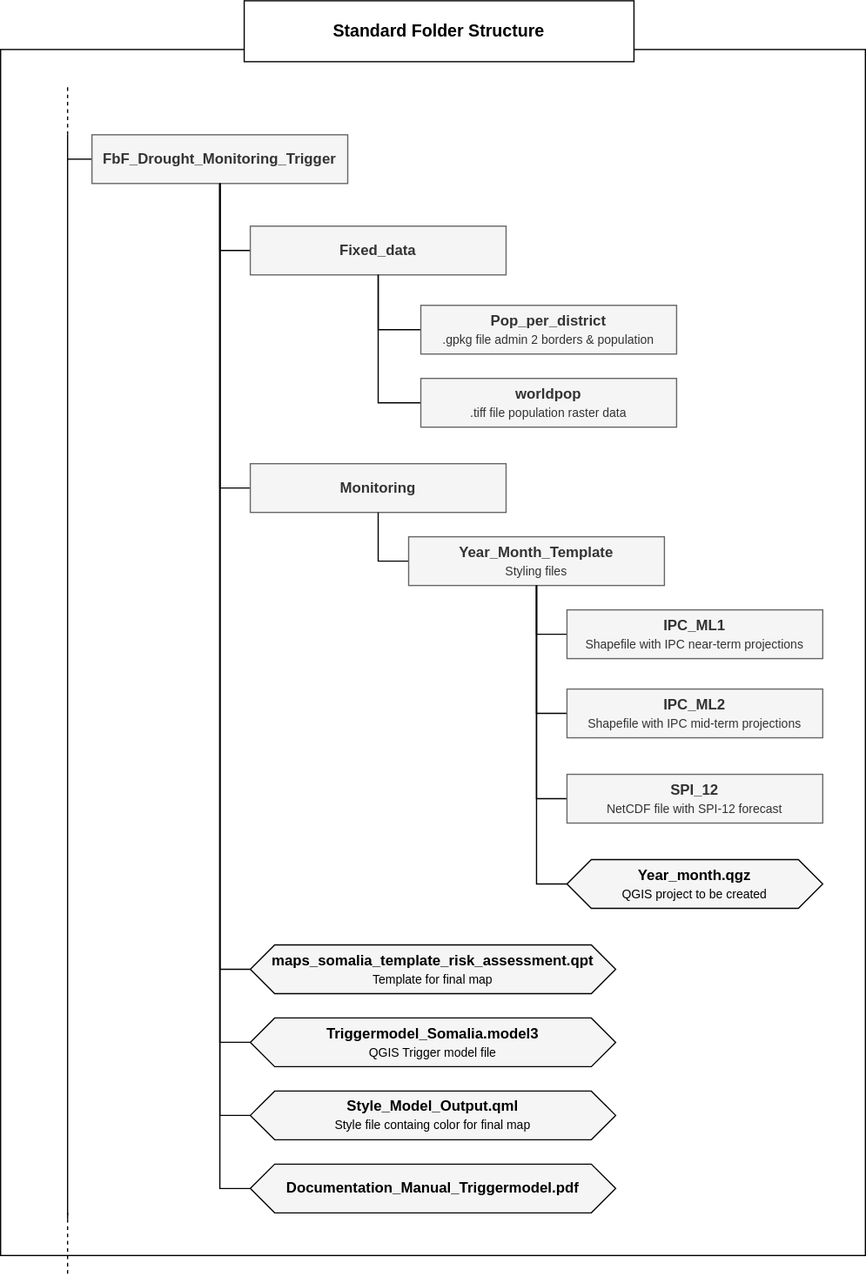
Before: fig/Folder_structure_FbF_Drought_Monitoring_Trigger.drawio.svg, a diagram exported from draw.io (GIScience/gis-training-resource-center). Source tidied: cells renumbered, new cells last; positions are measured from the earlier drawing's top-left corner, leaving out a move shared by most shapes. Its diagram source:
```xml
<mxGraphModel>
  <root>
    <mxCell id="0" />
    <mxCell id="1" parent="0" />
    <mxCell id="2" style="rounded=0;whiteSpace=wrap;html=1;" parent="1" vertex="1">
      <mxGeometry y="40" width="710" height="990" as="geometry" />
    </mxCell>
    <mxCell id="3" style="endArrow=none;html=1;rounded=0;" parent="1" edge="1">
      <mxGeometry relative="1" as="geometry">
        <mxPoint x="55" y="1000" as="sourcePoint" />
        <mxPoint x="55" y="110" as="targetPoint" />
      </mxGeometry>
    </mxCell>
    <mxCell id="4" style="endArrow=none;dashed=1;html=1;rounded=0;" parent="1" edge="1">
      <mxGeometry relative="1" as="geometry">
        <mxPoint x="55" y="110" as="sourcePoint" />
        <mxPoint x="55" y="70" as="targetPoint" />
      </mxGeometry>
    </mxCell>
    <mxCell id="5" style="edgeStyle=orthogonalEdgeStyle;rounded=0;jettySize=auto;html=1;endArrow=none;endFill=0;" parent="1" edge="1" source="6">
      <mxGeometry relative="1" as="geometry">
        <mxPoint x="55" y="130" as="targetPoint" />
      </mxGeometry>
    </mxCell>
    <mxCell id="6" value="&lt;b&gt;FbF_Drought_Monitoring_Trigger&lt;/b&gt;" style="rounded=0;whiteSpace=wrap;html=1;fillColor=#f5f5f5;fontColor=#333333;strokeColor=#666666;fontStyle=0;" parent="1" vertex="1">
      <mxGeometry x="75" y="110" width="210" height="40" as="geometry" />
    </mxCell>
    <mxCell id="7" style="edgeStyle=orthogonalEdgeStyle;rounded=0;jettySize=auto;html=1;entryX=0.5;entryY=1;entryDx=0;entryDy=0;exitX=0;exitY=0.5;exitDx=0;exitDy=0;endArrow=none;endFill=0;" parent="1" edge="1" source="8" target="6">
      <mxGeometry relative="1" as="geometry" />
    </mxCell>
    <mxCell id="8" value="&lt;font style=&quot;&quot;&gt;&lt;b&gt;Fixed_data&lt;/b&gt;&lt;br&gt;&lt;/font&gt;" style="rounded=0;whiteSpace=wrap;html=1;fillColor=#f5f5f5;fontColor=#333333;strokeColor=#666666;fontStyle=0;" parent="1" vertex="1">
      <mxGeometry x="205" y="185" width="210" height="40" as="geometry" />
    </mxCell>
    <mxCell id="9" style="edgeStyle=orthogonalEdgeStyle;rounded=0;jettySize=auto;html=1;entryX=0.5;entryY=1;entryDx=0;entryDy=0;exitX=0;exitY=0.5;exitDx=0;exitDy=0;endArrow=none;endFill=0;" parent="1" edge="1" source="10" target="6">
      <mxGeometry relative="1" as="geometry" />
    </mxCell>
    <mxCell id="10" value="&lt;font style=&quot;&quot;&gt;&lt;font style=&quot;&quot;&gt;&lt;b&gt;Monitoring&lt;/b&gt;&lt;/font&gt;&lt;br&gt;&lt;/font&gt;" style="rounded=0;whiteSpace=wrap;html=1;fillColor=#f5f5f5;fontColor=#333333;strokeColor=#666666;fontStyle=0;" parent="1" vertex="1">
      <mxGeometry x="205" y="380" width="210" height="40" as="geometry" />
    </mxCell>
    <mxCell id="11" style="edgeStyle=orthogonalEdgeStyle;rounded=0;jettySize=auto;html=1;entryX=0.5;entryY=1;entryDx=0;entryDy=0;exitX=0;exitY=0.5;exitDx=0;exitDy=0;endArrow=none;endFill=0;" parent="1" edge="1" source="12" target="10">
      <mxGeometry relative="1" as="geometry" />
    </mxCell>
    <mxCell id="12" value="&lt;font style=&quot;&quot;&gt;&lt;font style=&quot;&quot;&gt;&lt;b&gt;Year_Month_Template&lt;br&gt;&lt;/b&gt;&lt;/font&gt;&lt;span style=&quot;font-size: 10px;&quot;&gt;Styling files&lt;/span&gt;&lt;br&gt;&lt;/font&gt;" style="rounded=0;whiteSpace=wrap;html=1;fillColor=#f5f5f5;fontColor=#333333;strokeColor=#666666;fontStyle=0;" parent="1" vertex="1">
      <mxGeometry x="335" y="440" width="210" height="40" as="geometry" />
    </mxCell>
    <mxCell id="13" value="&lt;p class=&quot;MsoNormal&quot;&gt;&lt;font size=&quot;1&quot; style=&quot;&quot;&gt;&lt;b style=&quot;font-size: 14px;&quot;&gt;Standard Folder Structure&lt;/b&gt;&lt;/font&gt;&lt;/p&gt;" style="rounded=0;whiteSpace=wrap;html=1;" parent="1" vertex="1">
      <mxGeometry x="200" width="320" height="50" as="geometry" />
    </mxCell>
    <mxCell id="14" style="endArrow=none;dashed=1;html=1;rounded=0;" parent="1" edge="1">
      <mxGeometry relative="1" as="geometry">
        <mxPoint x="55" y="1045" as="sourcePoint" />
        <mxPoint x="55" y="995" as="targetPoint" />
      </mxGeometry>
    </mxCell>
    <mxCell id="15" style="edgeStyle=orthogonalEdgeStyle;rounded=0;jettySize=auto;html=1;entryX=0.5;entryY=1;entryDx=0;entryDy=0;exitX=0;exitY=0.5;exitDx=0;exitDy=0;endArrow=none;endFill=0;" parent="1" edge="1" source="16" target="6">
      <mxGeometry relative="1" as="geometry" />
    </mxCell>
    <mxCell id="16" value="maps_somalia_template_risk_assessment.qpt&lt;br style=&quot;font-size: 11px;&quot;&gt;&lt;font size=&quot;1&quot;&gt;&lt;span style=&quot;font-weight: 400;&quot;&gt;Template for final map&lt;/span&gt;&lt;/font&gt;" style="shape=hexagon;perimeter=hexagonPerimeter2;whiteSpace=wrap;html=1;fixedSize=1;fillColor=#F5F5F5;fontStyle=1;" parent="1" vertex="1">
      <mxGeometry x="205" y="775" width="300" height="40" as="geometry" />
    </mxCell>
    <mxCell id="17" style="edgeStyle=orthogonalEdgeStyle;rounded=0;jettySize=auto;html=1;entryX=0.5;entryY=1;entryDx=0;entryDy=0;exitX=0;exitY=0.5;exitDx=0;exitDy=0;endArrow=none;endFill=0;" parent="1" edge="1" source="18" target="6">
      <mxGeometry relative="1" as="geometry" />
    </mxCell>
    <mxCell id="18" value="Triggermodel_Somalia.model3&lt;br style=&quot;font-size: 11px;&quot;&gt;&lt;font size=&quot;1&quot;&gt;&lt;span style=&quot;font-weight: 400;&quot;&gt;QGIS Trigger model file&lt;/span&gt;&lt;/font&gt;" style="shape=hexagon;perimeter=hexagonPerimeter2;whiteSpace=wrap;html=1;fixedSize=1;fillColor=#F5F5F5;fontStyle=1;" parent="1" vertex="1">
      <mxGeometry x="205" y="835" width="300" height="40" as="geometry" />
    </mxCell>
    <mxCell id="19" style="edgeStyle=orthogonalEdgeStyle;rounded=0;jettySize=auto;html=1;entryX=0.5;entryY=1;entryDx=0;entryDy=0;exitX=0;exitY=0.5;exitDx=0;exitDy=0;endArrow=none;endFill=0;" parent="1" edge="1" source="20" target="6">
      <mxGeometry relative="1" as="geometry" />
    </mxCell>
    <mxCell id="20" value="Style_Model_Output.qml&lt;br style=&quot;font-size: 11px;&quot;&gt;&lt;font size=&quot;1&quot;&gt;&lt;span style=&quot;font-weight: normal;&quot;&gt;Style file containg color for final map&lt;/span&gt;&lt;/font&gt;" style="shape=hexagon;perimeter=hexagonPerimeter2;whiteSpace=wrap;html=1;fixedSize=1;fillColor=#F5F5F5;fontStyle=1;" parent="1" vertex="1">
      <mxGeometry x="205" y="895" width="300" height="40" as="geometry" />
    </mxCell>
    <mxCell id="21" style="edgeStyle=orthogonalEdgeStyle;rounded=0;jettySize=auto;html=1;entryX=0.5;entryY=1;entryDx=0;entryDy=0;exitX=0;exitY=0.5;exitDx=0;exitDy=0;endArrow=none;endFill=0;" parent="1" edge="1" source="22" target="6">
      <mxGeometry relative="1" as="geometry" />
    </mxCell>
    <mxCell id="22" value="&lt;p class=&quot;MsoNormal&quot;&gt;Documentation_Manual_Triggermodel.pdf&lt;/p&gt;" style="shape=hexagon;perimeter=hexagonPerimeter2;whiteSpace=wrap;html=1;fixedSize=1;fillColor=#F5F5F5;fontStyle=1;" parent="1" vertex="1">
      <mxGeometry x="205" y="955" width="300" height="40" as="geometry" />
    </mxCell>
    <mxCell id="23" style="edgeStyle=orthogonalEdgeStyle;rounded=0;jettySize=auto;html=1;entryX=0.5;entryY=1;entryDx=0;entryDy=0;exitX=0;exitY=0.5;exitDx=0;exitDy=0;endArrow=none;endFill=0;" parent="1" edge="1" source="24" target="12">
      <mxGeometry relative="1" as="geometry" />
    </mxCell>
    <mxCell id="24" value="&lt;font style=&quot;&quot;&gt;&lt;font style=&quot;&quot;&gt;&lt;b&gt;IPC_ML1&lt;br&gt;&lt;/b&gt;&lt;/font&gt;&lt;span style=&quot;font-size: 10px;&quot;&gt;Shapefile with IPC near-term projections&lt;/span&gt;&lt;br&gt;&lt;/font&gt;" style="rounded=0;whiteSpace=wrap;html=1;fillColor=#f5f5f5;fontColor=#333333;strokeColor=#666666;fontStyle=0;" parent="1" vertex="1">
      <mxGeometry x="465" y="500" width="210" height="40" as="geometry" />
    </mxCell>
    <mxCell id="25" style="edgeStyle=orthogonalEdgeStyle;rounded=0;jettySize=auto;html=1;entryX=0.5;entryY=1;entryDx=0;entryDy=0;exitX=0;exitY=0.5;exitDx=0;exitDy=0;endArrow=none;endFill=0;" parent="1" edge="1" source="26" target="12">
      <mxGeometry relative="1" as="geometry" />
    </mxCell>
    <mxCell id="26" value="&lt;font style=&quot;&quot;&gt;&lt;font style=&quot;&quot;&gt;&lt;b&gt;IPC_ML2&lt;br&gt;&lt;/b&gt;&lt;/font&gt;&lt;span style=&quot;font-size: 7.5pt; line-height: 107%; font-family: Helvetica, sans-serif; background-image: initial; background-position: initial; background-size: initial; background-repeat: initial; background-attachment: initial; background-origin: initial; background-clip: initial;&quot;&gt;Shapefile with IPC mid-term projections&lt;/span&gt;&lt;br&gt;&lt;/font&gt;" style="rounded=0;whiteSpace=wrap;html=1;fillColor=#f5f5f5;fontColor=#333333;strokeColor=#666666;fontStyle=0;" parent="1" vertex="1">
      <mxGeometry x="465" y="565" width="210" height="40" as="geometry" />
    </mxCell>
    <mxCell id="27" style="edgeStyle=orthogonalEdgeStyle;rounded=0;jettySize=auto;html=1;entryX=0.5;entryY=1;entryDx=0;entryDy=0;exitX=0;exitY=0.5;exitDx=0;exitDy=0;endArrow=none;endFill=0;" parent="1" edge="1" source="28" target="12">
      <mxGeometry relative="1" as="geometry" />
    </mxCell>
    <mxCell id="28" value="&lt;font style=&quot;&quot;&gt;&lt;font style=&quot;&quot;&gt;&lt;b&gt;SPI_12&lt;br&gt;&lt;/b&gt;&lt;/font&gt;&lt;span style=&quot;font-size: 10px;&quot;&gt;NetCDF file with SPI-12 forecast&lt;/span&gt;&lt;br&gt;&lt;/font&gt;" style="rounded=0;whiteSpace=wrap;html=1;fillColor=#f5f5f5;fontColor=#333333;strokeColor=#666666;fontStyle=0;" parent="1" vertex="1">
      <mxGeometry x="465" y="635" width="210" height="40" as="geometry" />
    </mxCell>
    <mxCell id="29" style="edgeStyle=orthogonalEdgeStyle;rounded=0;jettySize=auto;html=1;exitX=0;exitY=0.5;exitDx=0;exitDy=0;endArrow=none;endFill=0;" parent="1" edge="1" source="30" target="12">
      <mxGeometry relative="1" as="geometry" />
    </mxCell>
    <mxCell id="30" value="Year_month.qgz&lt;br style=&quot;font-size: 11px;&quot;&gt;&lt;font size=&quot;1&quot;&gt;&lt;span style=&quot;font-weight: 400;&quot;&gt;QGIS project to be created&lt;/span&gt;&lt;/font&gt;" style="shape=hexagon;perimeter=hexagonPerimeter2;whiteSpace=wrap;html=1;fixedSize=1;fillColor=#F5F5F5;fontStyle=1;" parent="1" vertex="1">
      <mxGeometry x="465" y="705" width="210" height="40" as="geometry" />
    </mxCell>
    <mxCell id="31" style="edgeStyle=orthogonalEdgeStyle;rounded=0;jettySize=auto;html=1;entryX=0.5;entryY=1;entryDx=0;entryDy=0;exitX=0;exitY=0.5;exitDx=0;exitDy=0;endArrow=none;endFill=0;" parent="1" edge="1" source="32" target="8">
      <mxGeometry relative="1" as="geometry" />
    </mxCell>
    <mxCell id="32" value="&lt;font style=&quot;&quot;&gt;&lt;b&gt;Pop_per_district&lt;br&gt;&lt;/b&gt;&lt;span style=&quot;font-size: 10px;&quot;&gt;.gpkg file admin 2 borders &amp;amp; population&lt;/span&gt;&lt;br&gt;&lt;/font&gt;" style="rounded=0;whiteSpace=wrap;html=1;fillColor=#f5f5f5;fontColor=#333333;strokeColor=#666666;fontStyle=0;" parent="1" vertex="1">
      <mxGeometry x="345" y="250" width="210" height="40" as="geometry" />
    </mxCell>
    <mxCell id="33" style="edgeStyle=orthogonalEdgeStyle;rounded=0;jettySize=auto;html=1;entryX=0.5;entryY=1;entryDx=0;entryDy=0;exitX=0;exitY=0.5;exitDx=0;exitDy=0;endArrow=none;endFill=0;" parent="1" edge="1" source="34" target="8">
      <mxGeometry relative="1" as="geometry" />
    </mxCell>
    <mxCell id="34" value="&lt;font style=&quot;&quot;&gt;&lt;b&gt;worldpop&lt;br&gt;&lt;/b&gt;&lt;span style=&quot;font-size: 10px;&quot;&gt;.tiff file population raster data&lt;/span&gt;&lt;br&gt;&lt;/font&gt;" style="rounded=0;whiteSpace=wrap;html=1;fillColor=#f5f5f5;fontColor=#333333;strokeColor=#666666;fontStyle=0;" parent="1" vertex="1">
      <mxGeometry x="345" y="310" width="210" height="40" as="geometry" />
    </mxCell>
  </root>
</mxGraphModel>
```
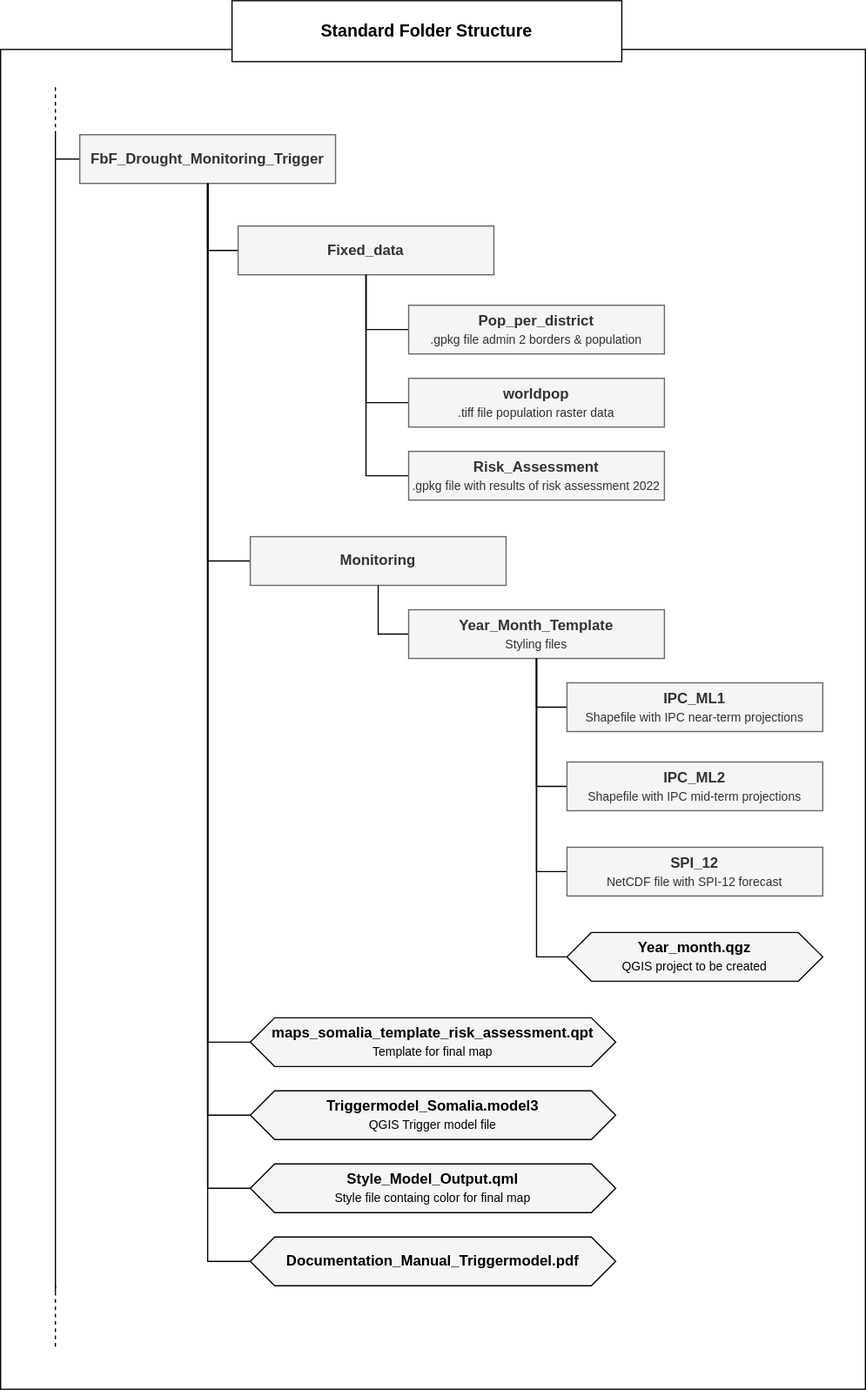
After the change.

Change to the diagram source:
```diff
@@ -3,33 +3,33 @@
     <mxCell id="0" />
     <mxCell id="1" parent="0" />
     <mxCell id="2" style="rounded=0;whiteSpace=wrap;html=1;" parent="1" vertex="1">
-      <mxGeometry y="40" width="710" height="990" as="geometry" />
+      <mxGeometry y="-20" width="710" height="1100" as="geometry" />
     </mxCell>
     <mxCell id="3" style="endArrow=none;html=1;rounded=0;" parent="1" edge="1">
       <mxGeometry relative="1" as="geometry">
-        <mxPoint x="55" y="1000" as="sourcePoint" />
-        <mxPoint x="55" y="110" as="targetPoint" />
+        <mxPoint x="45" y="1000" as="sourcePoint" />
+        <mxPoint x="45" y="50" as="targetPoint" />
       </mxGeometry>
     </mxCell>
     <mxCell id="4" style="endArrow=none;dashed=1;html=1;rounded=0;" parent="1" edge="1">
       <mxGeometry relative="1" as="geometry">
-        <mxPoint x="55" y="110" as="sourcePoint" />
-        <mxPoint x="55" y="70" as="targetPoint" />
+        <mxPoint x="45" y="50" as="sourcePoint" />
+        <mxPoint x="45" y="10" as="targetPoint" />
       </mxGeometry>
     </mxCell>
     <mxCell id="5" style="edgeStyle=orthogonalEdgeStyle;rounded=0;jettySize=auto;html=1;endArrow=none;endFill=0;" parent="1" edge="1" source="6">
       <mxGeometry relative="1" as="geometry">
-        <mxPoint x="55" y="130" as="targetPoint" />
+        <mxPoint x="45" y="70" as="targetPoint" />
       </mxGeometry>
     </mxCell>
     <mxCell id="6" value="&lt;b&gt;FbF_Drought_Monitoring_Trigger&lt;/b&gt;" style="rounded=0;whiteSpace=wrap;html=1;fillColor=#f5f5f5;fontColor=#333333;strokeColor=#666666;fontStyle=0;" parent="1" vertex="1">
-      <mxGeometry x="75" y="110" width="210" height="40" as="geometry" />
+      <mxGeometry x="65" y="50" width="210" height="40" as="geometry" />
     </mxCell>
     <mxCell id="7" style="edgeStyle=orthogonalEdgeStyle;rounded=0;jettySize=auto;html=1;entryX=0.5;entryY=1;entryDx=0;entryDy=0;exitX=0;exitY=0.5;exitDx=0;exitDy=0;endArrow=none;endFill=0;" parent="1" edge="1" source="8" target="6">
       <mxGeometry relative="1" as="geometry" />
     </mxCell>
     <mxCell id="8" value="&lt;font style=&quot;&quot;&gt;&lt;b&gt;Fixed_data&lt;/b&gt;&lt;br&gt;&lt;/font&gt;" style="rounded=0;whiteSpace=wrap;html=1;fillColor=#f5f5f5;fontColor=#333333;strokeColor=#666666;fontStyle=0;" parent="1" vertex="1">
-      <mxGeometry x="205" y="185" width="210" height="40" as="geometry" />
+      <mxGeometry x="195" y="125" width="210" height="40" as="geometry" />
     </mxCell>
     <mxCell id="9" style="edgeStyle=orthogonalEdgeStyle;rounded=0;jettySize=auto;html=1;entryX=0.5;entryY=1;entryDx=0;entryDy=0;exitX=0;exitY=0.5;exitDx=0;exitDy=0;endArrow=none;endFill=0;" parent="1" edge="1" source="10" target="6">
       <mxGeometry relative="1" as="geometry" />
@@ -44,12 +44,12 @@
       <mxGeometry x="335" y="440" width="210" height="40" as="geometry" />
     </mxCell>
     <mxCell id="13" value="&lt;p class=&quot;MsoNormal&quot;&gt;&lt;font size=&quot;1&quot; style=&quot;&quot;&gt;&lt;b style=&quot;font-size: 14px;&quot;&gt;Standard Folder Structure&lt;/b&gt;&lt;/font&gt;&lt;/p&gt;" style="rounded=0;whiteSpace=wrap;html=1;" parent="1" vertex="1">
-      <mxGeometry x="200" width="320" height="50" as="geometry" />
+      <mxGeometry x="190" y="-60" width="320" height="50" as="geometry" />
     </mxCell>
     <mxCell id="14" style="endArrow=none;dashed=1;html=1;rounded=0;" parent="1" edge="1">
       <mxGeometry relative="1" as="geometry">
-        <mxPoint x="55" y="1045" as="sourcePoint" />
-        <mxPoint x="55" y="995" as="targetPoint" />
+        <mxPoint x="45" y="1045" as="sourcePoint" />
+        <mxPoint x="45" y="995" as="targetPoint" />
       </mxGeometry>
     </mxCell>
     <mxCell id="15" style="edgeStyle=orthogonalEdgeStyle;rounded=0;jettySize=auto;html=1;entryX=0.5;entryY=1;entryDx=0;entryDy=0;exitX=0;exitY=0.5;exitDx=0;exitDy=0;endArrow=none;endFill=0;" parent="1" edge="1" source="16" target="6">
@@ -104,13 +104,19 @@
       <mxGeometry relative="1" as="geometry" />
     </mxCell>
     <mxCell id="32" value="&lt;font style=&quot;&quot;&gt;&lt;b&gt;Pop_per_district&lt;br&gt;&lt;/b&gt;&lt;span style=&quot;font-size: 10px;&quot;&gt;.gpkg file admin 2 borders &amp;amp; population&lt;/span&gt;&lt;br&gt;&lt;/font&gt;" style="rounded=0;whiteSpace=wrap;html=1;fillColor=#f5f5f5;fontColor=#333333;strokeColor=#666666;fontStyle=0;" parent="1" vertex="1">
-      <mxGeometry x="345" y="250" width="210" height="40" as="geometry" />
+      <mxGeometry x="335" y="190" width="210" height="40" as="geometry" />
     </mxCell>
     <mxCell id="33" style="edgeStyle=orthogonalEdgeStyle;rounded=0;jettySize=auto;html=1;entryX=0.5;entryY=1;entryDx=0;entryDy=0;exitX=0;exitY=0.5;exitDx=0;exitDy=0;endArrow=none;endFill=0;" parent="1" edge="1" source="34" target="8">
       <mxGeometry relative="1" as="geometry" />
     </mxCell>
     <mxCell id="34" value="&lt;font style=&quot;&quot;&gt;&lt;b&gt;worldpop&lt;br&gt;&lt;/b&gt;&lt;span style=&quot;font-size: 10px;&quot;&gt;.tiff file population raster data&lt;/span&gt;&lt;br&gt;&lt;/font&gt;" style="rounded=0;whiteSpace=wrap;html=1;fillColor=#f5f5f5;fontColor=#333333;strokeColor=#666666;fontStyle=0;" parent="1" vertex="1">
-      <mxGeometry x="345" y="310" width="210" height="40" as="geometry" />
+      <mxGeometry x="335" y="250" width="210" height="40" as="geometry" />
     </mxCell>
+    <mxCell id="35" style="edgeStyle=orthogonalEdgeStyle;rounded=0;jettySize=auto;html=1;entryX=0.5;entryY=1;entryDx=0;entryDy=0;exitX=0;exitY=0.5;exitDx=0;exitDy=0;endArrow=none;endFill=0;" parent="1" edge="1" source="36" target="8">
+      <mxGeometry relative="1" as="geometry" />
+    </mxCell>
+    <mxCell id="36" value="&lt;font style=&quot;&quot;&gt;&lt;b&gt;Risk_Assessment&lt;br&gt;&lt;/b&gt;&lt;span style=&quot;font-size: 10px;&quot;&gt;.gpkg file with results of risk assessment 2022&lt;/span&gt;&lt;br&gt;&lt;/font&gt;" style="rounded=0;whiteSpace=wrap;html=1;fillColor=#f5f5f5;fontColor=#333333;strokeColor=#666666;fontStyle=0;" parent="1" vertex="1">
+      <mxGeometry x="335" y="310" width="210" height="40" as="geometry" />
+    </mxCell>
   </root>
 </mxGraphModel>
```
